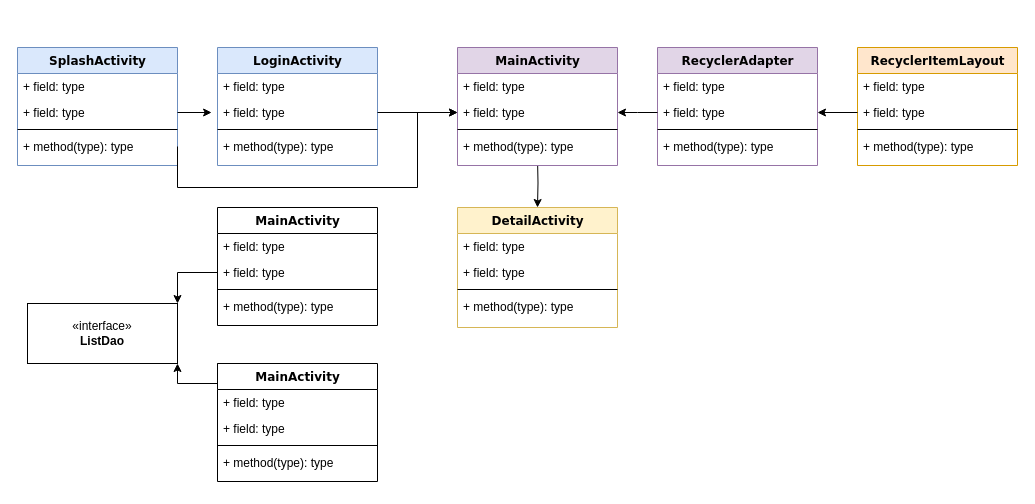
Above: 바르미.drawio in jake5113/BareumiLib (draw.io), before the change. Source tidied: cells renumbered, new cells numbered last; positions are measured from the earlier drawing's top-left corner, leaving out a move shared by most shapes. Both pictures are drawn from the tidied source at 100%, with x=0, y=0 at pixel (17, 47).
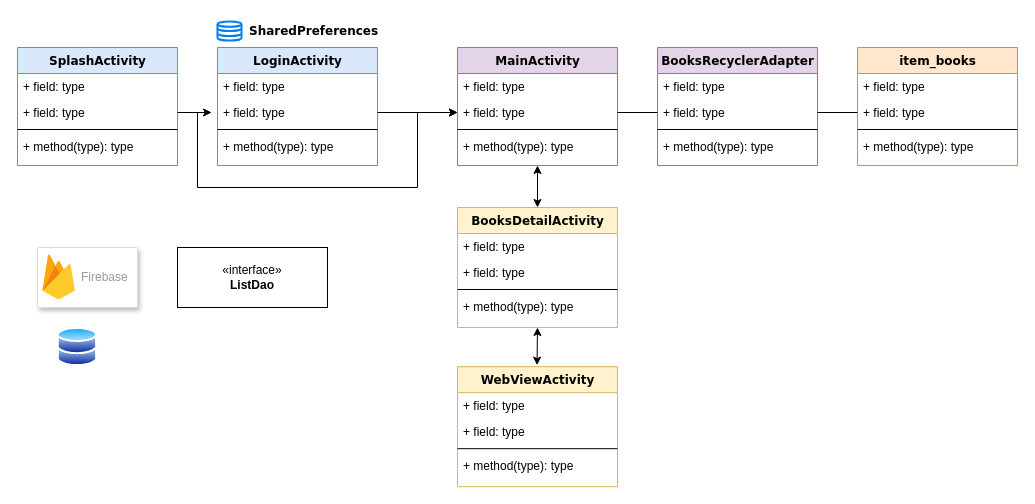
Above is the later version.

Commit message (it also covers changes not shown here):
바르미.drawio 업데이트

The change refers to these unchanged cells:
```xml
<mxCell id="5" value="+ field: type" style="text;html=1;strokeColor=none;fillColor=none;align=left;verticalAlign=top;spacingLeft=4;spacingRight=4;whiteSpace=wrap;overflow=hidden;points=[[0,0.5],[1,0.5]];portConstraint=eastwest;" parent="3" vertex="1">
  <mxGeometry y="52" width="160" height="26" as="geometry" />
</mxCell>
<mxCell id="10" value="+ field: type" style="text;html=1;strokeColor=none;fillColor=none;align=left;verticalAlign=top;spacingLeft=4;spacingRight=4;whiteSpace=wrap;overflow=hidden;points=[[0,0.5],[1,0.5]];portConstraint=eastwest;" parent="8" vertex="1">
  <mxGeometry y="52" width="160" height="26" as="geometry" />
</mxCell>
<mxCell id="24" value="MainActivity" style="swimlane;html=1;fontStyle=1;align=center;verticalAlign=top;horizontal=1;startSize=26;swimlaneFillColor=#ffffff;rounded=0;shadow=0;comic=0;labelBackgroundColor=none;strokeWidth=1;fillColor=#e1d5e7;fontFamily=Verdana;fontSize=12;strokeColor=#9673a6;" parent="1" vertex="1">
  <mxGeometry x="440" width="160" height="118" as="geometry" />
</mxCell>
<mxCell id="26" value="+ field: type" style="text;html=1;strokeColor=none;fillColor=none;align=left;verticalAlign=top;spacingLeft=4;spacingRight=4;whiteSpace=wrap;overflow=hidden;points=[[0,0.5],[1,0.5]];portConstraint=eastwest;" parent="24" vertex="1">
  <mxGeometry y="52" width="160" height="26" as="geometry" />
</mxCell>
<mxCell id="33" value="+ method(type): type" style="text;html=1;strokeColor=none;fillColor=none;align=left;verticalAlign=top;spacingLeft=4;spacingRight=4;whiteSpace=wrap;overflow=hidden;points=[[0,0.5],[1,0.5]];portConstraint=eastwest;" parent="29" vertex="1">
  <mxGeometry y="86" width="160" height="26" as="geometry" />
</mxCell>
```

Diff of the diagram source:
```diff
@@
-    <mxCell id="2" style="edgeStyle=orthogonalEdgeStyle;rounded=0;jettySize=auto;html=1;entryX=0.5;entryY=0;entryDx=0;entryDy=0;" parent="1" edge="1" target="46">
-      <mxGeometry relative="1" as="geometry">
-        <mxPoint x="520" y="110" as="sourcePoint" />
-      </mxGeometry>
+    <mxCell id="2" style="edgeStyle=orthogonalEdgeStyle;rounded=0;jettySize=auto;html=1;entryX=0.5;entryY=0;entryDx=0;entryDy=0;startArrow=classic;startFill=1;exitX=0.5;exitY=1;exitDx=0;exitDy=0;" parent="1" edge="1" source="24" target="46">
+      <mxGeometry relative="1" as="geometry" />
     </mxCell>
-    <mxCell id="3" value="RecyclerAdapter&lt;br&gt;" style="swimlane;html=1;fontStyle=1;align=center;verticalAlign=top;horizontal=1;startSize=26;swimlaneFillColor=#ffffff;rounded=0;shadow=0;comic=0;labelBackgroundColor=none;strokeWidth=1;fillColor=#e1d5e7;fontFamily=Verdana;fontSize=12;strokeColor=#9673a6;" parent="1" vertex="1">
+    <mxCell id="3" value="BooksRecyclerAdapter" style="swimlane;html=1;fontStyle=1;align=center;verticalAlign=top;horizontal=1;startSize=26;swimlaneFillColor=#ffffff;rounded=0;shadow=0;comic=0;labelBackgroundColor=none;strokeWidth=1;fillColor=#e1d5e7;fontFamily=Verdana;fontSize=12;strokeColor=#9673a6;" parent="1" vertex="1">
       <mxGeometry x="640" width="160" height="118" as="geometry" />
     </mxCell>
@@
-    <mxCell id="8" value="RecyclerItemLayout" style="swimlane;html=1;fontStyle=1;align=center;verticalAlign=top;horizontal=1;startSize=26;swimlaneFillColor=#ffffff;rounded=0;shadow=0;comic=0;labelBackgroundColor=none;strokeWidth=1;fillColor=#ffe6cc;fontFamily=Verdana;fontSize=12;strokeColor=#d79b00;" parent="1" vertex="1">
+    <mxCell id="8" value="item_books" style="swimlane;html=1;fontStyle=1;align=center;verticalAlign=top;horizontal=1;startSize=26;swimlaneFillColor=#ffffff;rounded=0;shadow=0;comic=0;labelBackgroundColor=none;strokeWidth=1;fillColor=#ffe6cc;fontFamily=Verdana;fontSize=12;strokeColor=#d79b00;" parent="1" vertex="1">
       <mxGeometry x="840" width="160" height="118" as="geometry" />
     </mxCell>
@@
-    <mxCell id="13" value="MainActivity" style="swimlane;html=1;fontStyle=1;align=center;verticalAlign=top;horizontal=1;startSize=26;swimlaneFillColor=#ffffff;rounded=0;shadow=0;comic=0;labelBackgroundColor=none;strokeWidth=1;fillColor=none;fontFamily=Verdana;fontSize=12;" parent="1" vertex="1">
-      <mxGeometry x="200" y="160" width="160" height="118" as="geometry" />
-    </mxCell>
-    <mxCell id="14" value="+ field: type" style="text;html=1;strokeColor=none;fillColor=none;align=left;verticalAlign=top;spacingLeft=4;spacingRight=4;whiteSpace=wrap;overflow=hidden;" parent="13" vertex="1">
-      <mxGeometry y="26" width="160" height="26" as="geometry" />
-    </mxCell>
-    <mxCell id="15" value="+ field: type" style="text;html=1;strokeColor=none;fillColor=none;align=left;verticalAlign=top;spacingLeft=4;spacingRight=4;whiteSpace=wrap;overflow=hidden;points=[[0,0.5],[1,0.5]];portConstraint=eastwest;" parent="13" vertex="1">
-      <mxGeometry y="52" width="160" height="26" as="geometry" />
-    </mxCell>
-    <mxCell id="16" style="line;html=1;strokeWidth=1;fillColor=none;align=left;verticalAlign=middle;spacingTop=-1;spacingLeft=3;spacingRight=3;labelPosition=right;" parent="13" vertex="1">
-      <mxGeometry y="78" width="160" height="8" as="geometry" />
-    </mxCell>
-    <mxCell id="17" value="+ method(type): type" style="text;html=1;strokeColor=none;fillColor=none;align=left;verticalAlign=top;spacingLeft=4;spacingRight=4;whiteSpace=wrap;overflow=hidden;" parent="13" vertex="1">
-      <mxGeometry y="86" width="160" height="26" as="geometry" />
-    </mxCell>
-    <mxCell id="18" style="edgeStyle=orthogonalEdgeStyle;rounded=0;jettySize=auto;html=1;exitX=0;exitY=0;exitDx=0;exitDy=0;entryX=1;entryY=1;entryDx=0;entryDy=0;" parent="1" edge="1" source="19" target="36">
-      <mxGeometry relative="1" as="geometry">
-        <Array as="points">
-          <mxPoint x="200" y="336" />
-          <mxPoint x="160" y="336" />
-        </Array>
-      </mxGeometry>
-    </mxCell>
-    <mxCell id="19" value="MainActivity" style="swimlane;html=1;fontStyle=1;align=center;verticalAlign=top;horizontal=1;startSize=26;swimlaneFillColor=#ffffff;rounded=0;shadow=0;comic=0;labelBackgroundColor=none;strokeWidth=1;fillColor=none;fontFamily=Verdana;fontSize=12;" parent="1" vertex="1">
-      <mxGeometry x="200" y="316" width="160" height="118" as="geometry" />
-    </mxCell>
-    <mxCell id="20" value="+ field: type" style="text;html=1;strokeColor=none;fillColor=none;align=left;verticalAlign=top;spacingLeft=4;spacingRight=4;whiteSpace=wrap;overflow=hidden;" parent="19" vertex="1">
-      <mxGeometry y="26" width="160" height="26" as="geometry" />
-    </mxCell>
-    <mxCell id="21" value="+ field: type" style="text;html=1;strokeColor=none;fillColor=none;align=left;verticalAlign=top;spacingLeft=4;spacingRight=4;whiteSpace=wrap;overflow=hidden;" parent="19" vertex="1">
-      <mxGeometry y="52" width="160" height="26" as="geometry" />
-    </mxCell>
-    <mxCell id="22" style="line;html=1;strokeWidth=1;fillColor=none;align=left;verticalAlign=middle;spacingTop=-1;spacingLeft=3;spacingRight=3;labelPosition=right;" parent="19" vertex="1">
-      <mxGeometry y="78" width="160" height="8" as="geometry" />
-    </mxCell>
-    <mxCell id="23" value="+ method(type): type" style="text;html=1;strokeColor=none;fillColor=none;align=left;verticalAlign=top;spacingLeft=4;spacingRight=4;whiteSpace=wrap;overflow=hidden;" parent="19" vertex="1">
-      <mxGeometry y="86" width="160" height="26" as="geometry" />
-    </mxCell>
@@
-    <mxCell id="34" style="edgeStyle=orthogonalEdgeStyle;rounded=0;jettySize=auto;html=1;exitX=0;exitY=0.5;exitDx=0;exitDy=0;entryX=1;entryY=0.5;entryDx=0;entryDy=0;" parent="1" edge="1" source="10" target="5">
+    <mxCell id="34" style="edgeStyle=orthogonalEdgeStyle;rounded=0;jettySize=auto;html=1;exitX=0;exitY=0.5;exitDx=0;exitDy=0;entryX=1;entryY=0.5;entryDx=0;entryDy=0;endArrow=none;endFill=0;" parent="1" edge="1" source="10" target="5">
       <mxGeometry relative="1" as="geometry" />
     </mxCell>
-    <mxCell id="35" style="edgeStyle=orthogonalEdgeStyle;rounded=0;jettySize=auto;html=1;exitX=0;exitY=0.5;exitDx=0;exitDy=0;entryX=1;entryY=0.5;entryDx=0;entryDy=0;" parent="1" edge="1" source="5">
+    <mxCell id="35" style="rounded=0;jettySize=auto;html=1;exitX=0;exitY=0.5;exitDx=0;exitDy=0;entryX=1;entryY=0.5;entryDx=0;entryDy=0;strokeColor=default;endArrow=none;endFill=0;" parent="1" edge="1" source="5">
       <mxGeometry relative="1" as="geometry">
         <mxPoint x="600" y="65" as="targetPoint" />
       </mxGeometry>
     </mxCell>
     <mxCell id="36" value="«interface»&lt;br&gt;&lt;b&gt;ListDao&lt;/b&gt;" style="html=1;whiteSpace=wrap;" parent="1" vertex="1">
-      <mxGeometry x="10" y="256" width="150" height="60" as="geometry" />
+      <mxGeometry x="160" y="200" width="150" height="60" as="geometry" />
     </mxCell>
-    <mxCell id="37" style="edgeStyle=orthogonalEdgeStyle;rounded=0;jettySize=auto;html=1;exitX=0;exitY=0.5;exitDx=0;exitDy=0;entryX=1;entryY=0;entryDx=0;entryDy=0;" parent="1" edge="1" source="15" target="36">
-      <mxGeometry relative="1" as="geometry" />
-    </mxCell>
@@
-    <mxCell id="45" style="edgeStyle=orthogonalEdgeStyle;rounded=0;jettySize=auto;html=1;exitX=1;exitY=0.5;exitDx=0;exitDy=0;entryX=0;entryY=0.5;entryDx=0;entryDy=0;" parent="1" edge="1" source="33" target="26">
+    <mxCell id="45" style="edgeStyle=orthogonalEdgeStyle;rounded=0;jettySize=auto;html=1;entryX=0;entryY=0.5;entryDx=0;entryDy=0;" parent="1" edge="1" target="26">
       <mxGeometry relative="1" as="geometry">
+        <mxPoint x="180" y="65" as="sourcePoint" />
         <Array as="points">
-          <mxPoint x="160" y="140" />
+          <mxPoint x="180" y="140" />
           <mxPoint x="400" y="140" />
           <mxPoint x="400" y="65" />
         </Array>
       </mxGeometry>
     </mxCell>
+    <mxCell id="51" style="edgeStyle=orthogonalEdgeStyle;rounded=0;jettySize=auto;html=1;exitX=0.5;exitY=1;exitDx=0;exitDy=0;entryX=0.497;entryY=-0.013;entryDx=0;entryDy=0;entryPerimeter=0;startArrow=classic;startFill=1;" parent="1" edge="1" source="46" target="58">
+      <mxGeometry relative="1" as="geometry" />
+    </mxCell>
-    <mxCell id="46" value="DetailActivity&lt;br&gt;" style="swimlane;html=1;fontStyle=1;align=center;verticalAlign=top;horizontal=1;startSize=26;swimlaneFillColor=#ffffff;rounded=0;shadow=0;comic=0;labelBackgroundColor=none;strokeWidth=1;fillColor=#fff2cc;fontFamily=Verdana;fontSize=12;strokeColor=#d6b656;" parent="1" vertex="1">
+    <mxCell id="46" value="BooksDetailActivity" style="swimlane;html=1;fontStyle=1;align=center;verticalAlign=top;horizontal=1;startSize=26;swimlaneFillColor=#ffffff;rounded=0;shadow=0;comic=0;labelBackgroundColor=none;strokeWidth=1;fillColor=#fff2cc;fontFamily=Verdana;fontSize=12;strokeColor=#d6b656;" parent="1" vertex="1">
       <mxGeometry x="440" y="160" width="160" height="120" as="geometry" />
     </mxCell>
@@
+    <mxCell id="52" style="image;perimeter=ellipsePerimeter;html=1;align=center;shadow=0;dashed=0;spacingTop=3;image=img/lib/active_directory/databases.svg;" parent="1" vertex="1">
+      <mxGeometry x="40" y="280" width="40" height="39.2" as="geometry" />
+    </mxCell>
+    <mxCell id="53" style="strokeColor=#dddddd;shadow=1;strokeWidth=1;rounded=1;absoluteArcSize=1;arcSize=2;" parent="1" vertex="1">
+      <mxGeometry x="20" y="200" width="100" height="60" as="geometry" />
+    </mxCell>
+    <mxCell id="54" value="Firebase" style="sketch=0;dashed=0;html=1;fillColor=#5184F3;strokeColor=none;shape=mxgraph.gcp2.firebase;labelPosition=right;verticalLabelPosition=middle;align=left;verticalAlign=middle;spacingLeft=5;fontColor=#999999;fontSize=12;" parent="53" vertex="1">
+      <mxGeometry width="32.4" height="45" relative="1" as="geometry">
+        <mxPoint x="5" y="7" as="offset" />
+      </mxGeometry>
+    </mxCell>
+    <mxCell id="55" style="group;" parent="1" vertex="1">
+      <mxGeometry x="200" y="-30" width="144" height="40" as="geometry" />
+    </mxCell>
+    <mxCell id="56" value="&lt;div style=&quot;text-align: center;&quot;&gt;&lt;span style=&quot;background-color: initial;&quot;&gt;&lt;font face=&quot;Verdana&quot;&gt;&lt;b&gt;SharedPreferences&lt;/b&gt;&lt;/font&gt;&lt;/span&gt;&lt;/div&gt;" style="text;whiteSpace=wrap;html=1;" parent="55" vertex="1">
+      <mxGeometry x="30" width="114" height="40" as="geometry" />
+    </mxCell>
+    <mxCell id="57" style="html=1;verticalLabelPosition=bottom;align=center;labelBackgroundColor=#ffffff;verticalAlign=top;strokeWidth=2;strokeColor=#0080F0;shadow=0;dashed=0;shape=mxgraph.ios7.icons.data;" parent="55" vertex="1">
+      <mxGeometry y="4" width="24" height="19.1" as="geometry" />
+    </mxCell>
+    <mxCell id="58" value="WebViewActivity" style="swimlane;html=1;fontStyle=1;align=center;verticalAlign=top;horizontal=1;startSize=26;swimlaneFillColor=#ffffff;rounded=0;shadow=0;comic=0;labelBackgroundColor=none;strokeWidth=1;fillColor=#fff2cc;fontFamily=Verdana;fontSize=12;strokeColor=#d6b656;" parent="1" vertex="1">
+      <mxGeometry x="440" y="319.2" width="160" height="120" as="geometry" />
+    </mxCell>
+    <mxCell id="59" value="+ field: type" style="text;html=1;strokeColor=none;fillColor=none;align=left;verticalAlign=top;spacingLeft=4;spacingRight=4;whiteSpace=wrap;overflow=hidden;" parent="58" vertex="1">
+      <mxGeometry y="26" width="160" height="26" as="geometry" />
+    </mxCell>
+    <mxCell id="60" value="+ field: type" style="text;html=1;strokeColor=none;fillColor=none;align=left;verticalAlign=top;spacingLeft=4;spacingRight=4;whiteSpace=wrap;overflow=hidden;" parent="58" vertex="1">
+      <mxGeometry y="52" width="160" height="26" as="geometry" />
+    </mxCell>
+    <mxCell id="61" style="line;html=1;strokeWidth=1;fillColor=none;align=left;verticalAlign=middle;spacingTop=-1;spacingLeft=3;spacingRight=3;labelPosition=right;" parent="58" vertex="1">
+      <mxGeometry y="78" width="160" height="8" as="geometry" />
+    </mxCell>
+    <mxCell id="62" value="+ method(type): type" style="text;html=1;strokeColor=none;fillColor=none;align=left;verticalAlign=top;spacingLeft=4;spacingRight=4;whiteSpace=wrap;overflow=hidden;" parent="58" vertex="1">
+      <mxGeometry y="86" width="160" height="26" as="geometry" />
+    </mxCell>
```
